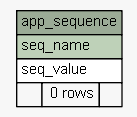
Earlier version of the Graphviz export docs/database/schemaspy/graphs/summary/app_sequence.1degree.png (engineerscraft/salesforce). Its source is kept beside it as docs/database/schemaspy/graphs/summary/app_sequence.1degree.dot.
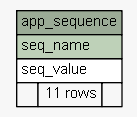
After the change.

The edit, as a diff of the source:
```diff
@@ -17,7 +17,7 @@
       <TR><TD PORT="app_sequence.heading" COLSPAN="3" BGCOLOR="#9bab96" ALIGN="CENTER">app_sequence</TD></TR>
       <TR><TD PORT="seq_name" COLSPAN="3" BGCOLOR="#bed1b8" ALIGN="LEFT">seq_name</TD></TR>
       <TR><TD PORT="seq_value" COLSPAN="3" ALIGN="LEFT">seq_value</TD></TR>
-      <TR><TD ALIGN="LEFT" BGCOLOR="#f7f7f7">  </TD><TD ALIGN="RIGHT" BGCOLOR="#f7f7f7">0 rows</TD><TD ALIGN="RIGHT" BGCOLOR="#f7f7f7">  </TD></TR>
+      <TR><TD ALIGN="LEFT" BGCOLOR="#f7f7f7">  </TD><TD ALIGN="RIGHT" BGCOLOR="#f7f7f7">11 rows</TD><TD ALIGN="RIGHT" BGCOLOR="#f7f7f7">  </TD></TR>
     </TABLE>>
     URL="tables/app_sequence.html#"
     tooltip="app_sequence"
```
